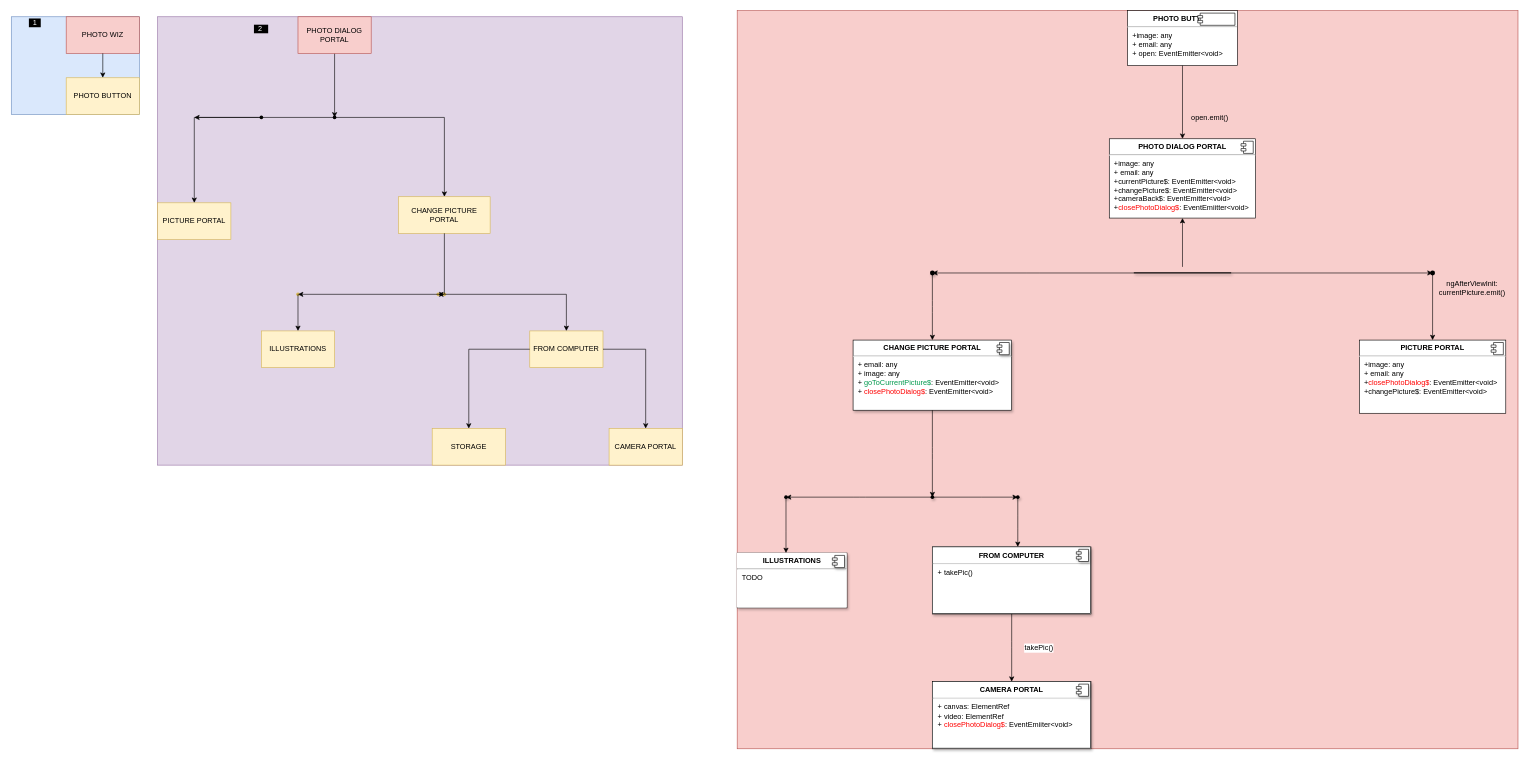
This is developers-ui/Untitled Diagram.drawio from kamalrana0303/documentation, a draw.io file, before an edit. Source tidied: cells renumbered, new cells numbered last; positions are measured from the earlier drawing's top-left corner, leaving out a move shared by most shapes. Both pictures are drawn from the tidied source at 61%, with x=0, y=0 at pixel (10, 10).
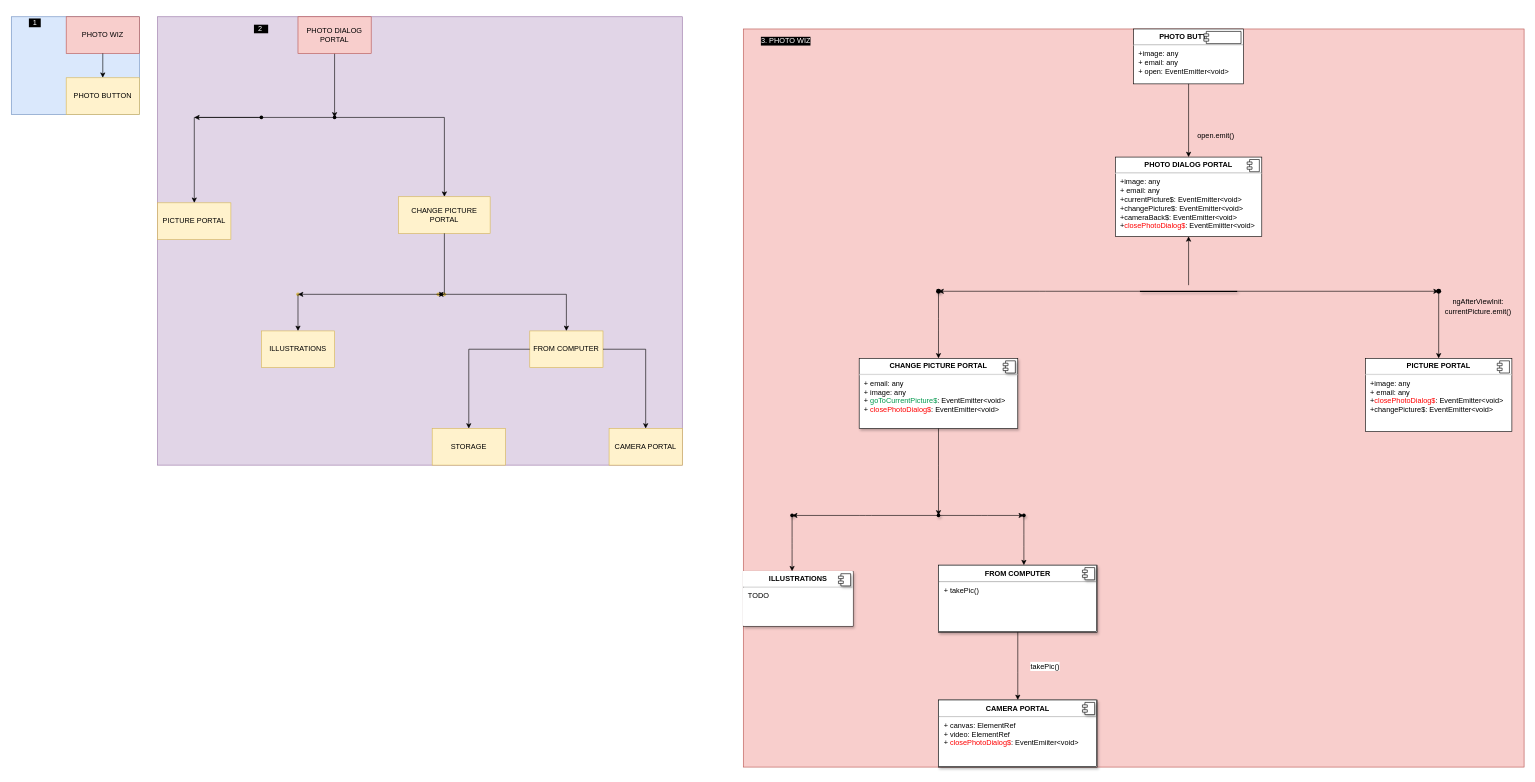
The same page after the edit.

Change to the diagram source:
```diff
@@
     <mxCell id="34" style="group;fillColor=#f8cecc;strokeColor=#b85450;" parent="1" vertex="1">
-      <mxGeometry x="1191" width="1280" height="1210" as="geometry" />
+      <mxGeometry x="1201" y="30" width="1280" height="1210" as="geometry" />
     </mxCell>
@@
+    <mxCell id="70" value="3. PHOTO WIZ" style="text;html=1;strokeColor=none;fillColor=none;align=center;verticalAlign=middle;whiteSpace=wrap;overflow=hidden;labelBackgroundColor=#000000;fontColor=#FFFFFF;" parent="34" vertex="1">
+      <mxGeometry y="10" width="140" height="20" as="geometry" />
+    </mxCell>
```
